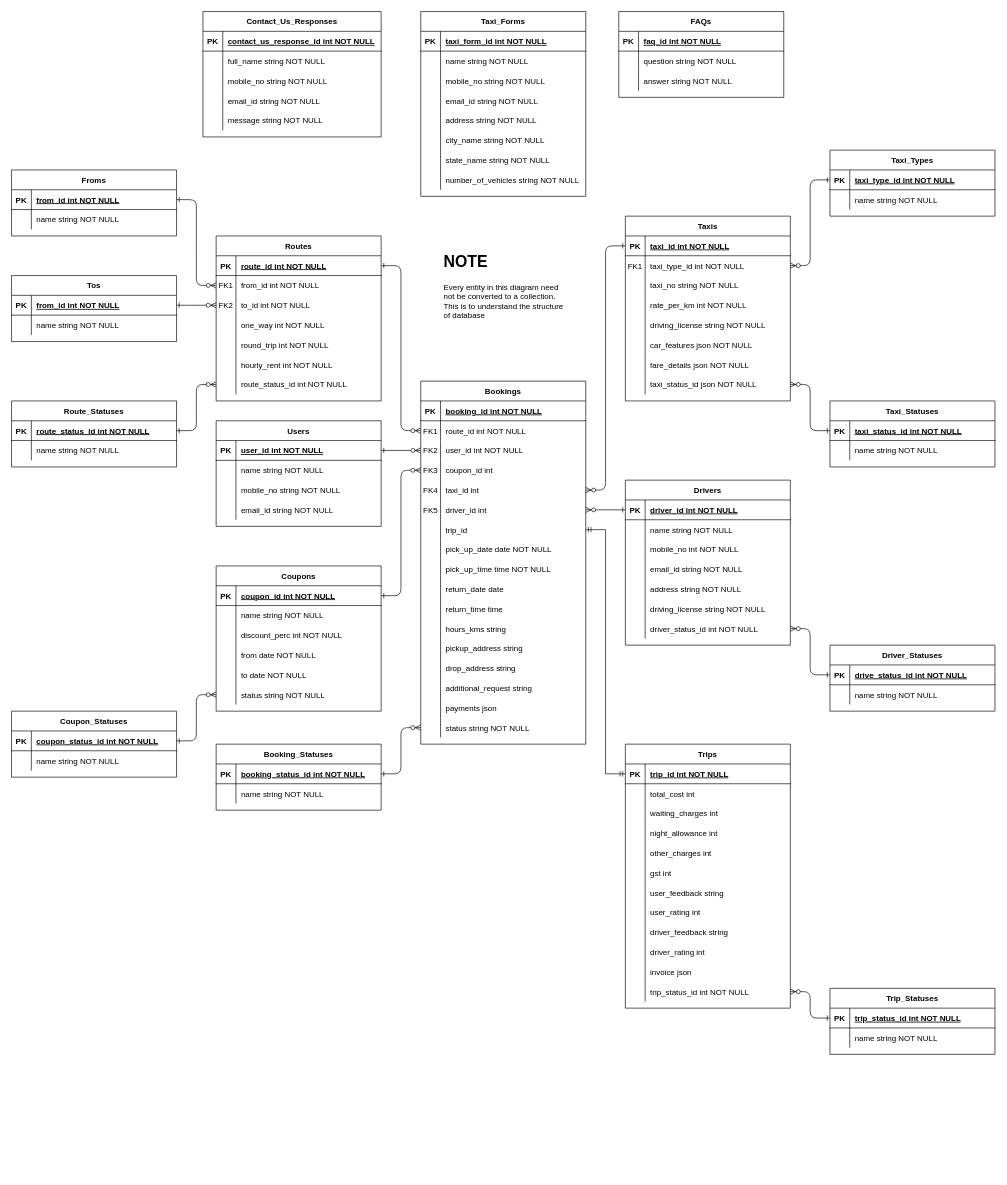
Earlier version of the draw.io diagram BTCv2.drawio (TechManTejas/BombayTaxiCo_Express_Backend). Source tidied: cells renumbered, new cells numbered last; positions are measured from the earlier drawing's top-left corner, leaving out a move shared by most shapes. Both pictures are drawn from the tidied source at 66%, with x=0, y=0 at pixel (11, 11).
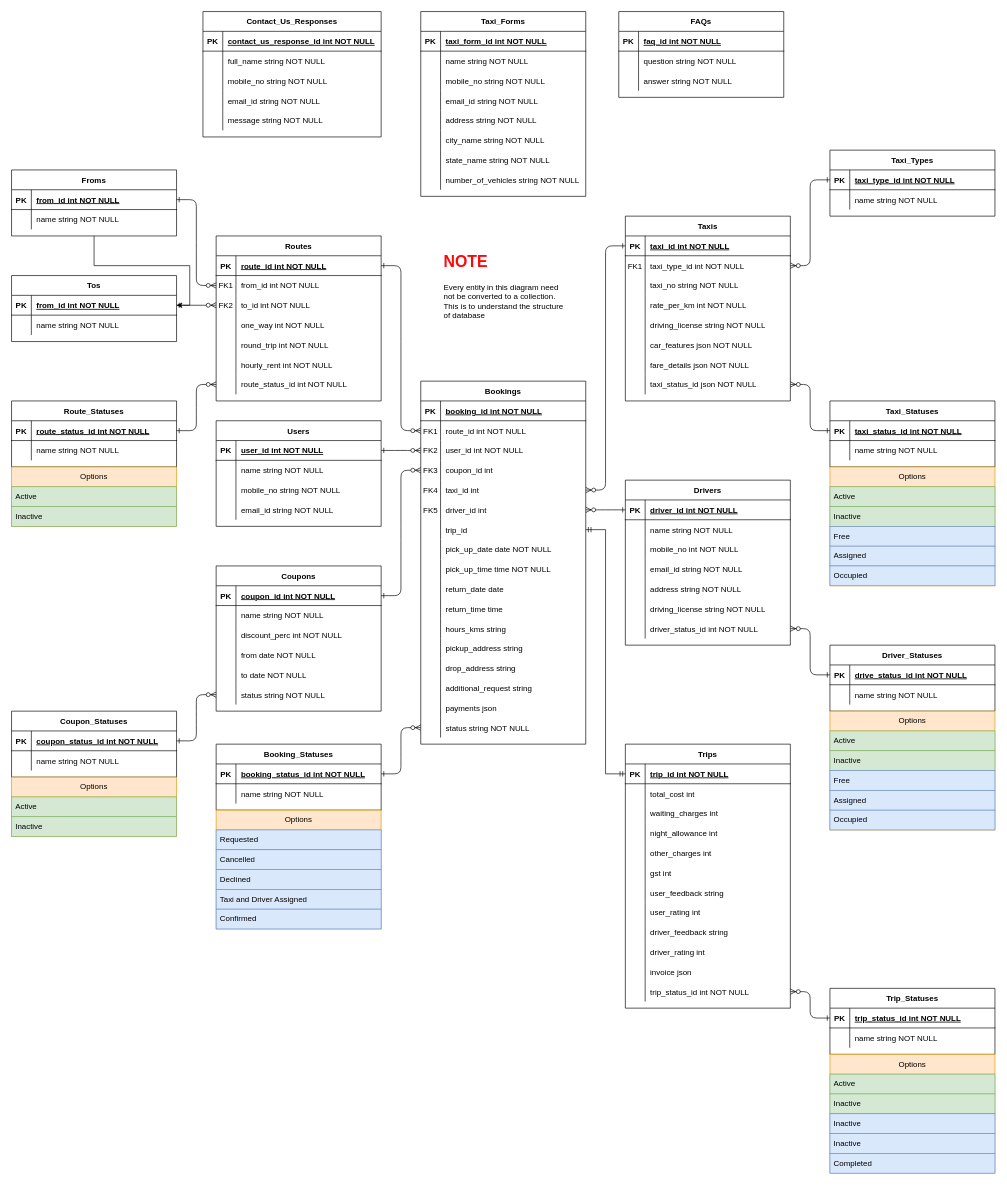
Above is the later version.

The change refers to these unchanged cells:
```xml
<mxCell id="77" value="Froms" style="shape=table;startSize=30;childLayout=tableLayout;rowLines=0;fontStyle=1;align=center;gradientColor=default;fillColor=none;" parent="1" vertex="1">
  <mxGeometry y="240" width="250" height="100" as="geometry" />
</mxCell>
<mxCell id="85" style="shape=partialRectangle;fillColor=none;points=[[0,0.5],[1,0.5]];portConstraint=eastwest;top=0;left=0;right=0;bottom=1;" parent="84" vertex="1">
  <mxGeometry y="30" width="250" height="30" as="geometry" />
</mxCell>
```

What changed in the source:
```diff
@@
+    <mxCell id="322" style="edgeStyle=orthogonalEdgeStyle;rounded=0;jettySize=auto;html=1;" parent="1" edge="1" source="77" target="85">
+      <mxGeometry relative="1" as="geometry" />
+    </mxCell>
@@
-    <mxCell id="305" value="Trip_Statuses" style="shape=table;startSize=30;childLayout=tableLayout;rowLines=0;fontStyle=1;align=center;gradientColor=default;fillColor=none;" parent="1" vertex="1">
-      <mxGeometry x="1240" y="1480" width="250" height="100" as="geometry" />
-    </mxCell>
-    <mxCell id="306" style="shape=partialRectangle;fillColor=none;points=[[0,0.5],[1,0.5]];portConstraint=eastwest;top=0;left=0;right=0;bottom=1;" parent="305" vertex="1">
-      <mxGeometry y="30" width="250" height="30" as="geometry" />
-    </mxCell>
-    <mxCell id="307" value="PK" style="shape=partialRectangle;overflow=hidden;fillColor=none;top=0;left=0;bottom=0;right=0;fontStyle=1;" parent="306" vertex="1">
-      <mxGeometry width="30" height="30" as="geometry" />
-    </mxCell>
-    <mxCell id="308" value="trip_status_id int NOT NULL " style="shape=partialRectangle;overflow=hidden;fillColor=none;top=0;left=0;bottom=0;right=0;align=left;spacingLeft=6;fontStyle=5;" parent="306" vertex="1">
-      <mxGeometry x="30" width="220" height="30" as="geometry" />
-    </mxCell>
-    <mxCell id="309" style="shape=partialRectangle;fillColor=none;top=0;left=0;right=0;bottom=0;" parent="305" vertex="1">
-      <mxGeometry y="60" width="250" height="30" as="geometry" />
-    </mxCell>
-    <mxCell id="310" style="shape=partialRectangle;overflow=hidden;fillColor=none;top=0;left=0;bottom=0;right=0;" parent="309" vertex="1">
-      <mxGeometry width="30" height="30" as="geometry" />
-    </mxCell>
-    <mxCell id="311" value="name string NOT NULL" style="shape=partialRectangle;overflow=hidden;fillColor=none;top=0;left=0;bottom=0;right=0;align=left;spacingLeft=6;" parent="309" vertex="1">
-      <mxGeometry x="30" width="220" height="30" as="geometry" />
-    </mxCell>
@@
-    <mxCell id="321" value="&lt;h1&gt;NOTE&lt;/h1&gt;&lt;p&gt;Every entity in this diagram need not be converted to a collection. This is to understand the structure of database&lt;/p&gt;" style="text;html=1;strokeColor=none;fillColor=none;spacing=5;spacingTop=-20;whiteSpace=wrap;overflow=hidden;rounded=0;" parent="1" vertex="1">
+    <mxCell id="321" value="&lt;h1&gt;&lt;font color=&quot;#ff0808&quot;&gt;NOTE&lt;/font&gt;&lt;/h1&gt;&lt;p&gt;Every entity in this diagram need not be converted to a collection. This is to understand the structure of database&lt;/p&gt;" style="text;html=1;strokeColor=none;fillColor=none;spacing=5;spacingTop=-20;whiteSpace=wrap;overflow=hidden;rounded=0;" parent="1" vertex="1">
       <mxGeometry x="650" y="360" width="190" height="120" as="geometry" />
     </mxCell>
+    <mxCell id="323" value="Options" style="swimlane;fontStyle=0;horizontal=1;startSize=30;whiteSpace=wrap;html=1;fillColor=#ffe6cc;strokeColor=#d79b00;swimlaneFillColor=none;" parent="1" vertex="1">
+      <mxGeometry y="1160" width="250" height="90" as="geometry" />
+    </mxCell>
+    <mxCell id="324" value="Active" style="text;strokeColor=#82b366;fillColor=#d5e8d4;align=left;verticalAlign=middle;spacingLeft=4;spacingRight=4;overflow=hidden;whiteSpace=wrap;html=1;swimlaneFillColor=none;" parent="323" vertex="1">
+      <mxGeometry y="30" width="250" height="30" as="geometry" />
+    </mxCell>
+    <mxCell id="325" value="Inactive" style="text;strokeColor=#82b366;fillColor=#d5e8d4;align=left;verticalAlign=middle;spacingLeft=4;spacingRight=4;overflow=hidden;whiteSpace=wrap;html=1;swimlaneFillColor=none;" parent="323" vertex="1">
+      <mxGeometry y="60" width="250" height="30" as="geometry" />
+    </mxCell>
+    <mxCell id="326" value="Options" style="swimlane;fontStyle=0;horizontal=1;startSize=30;whiteSpace=wrap;html=1;fillColor=#ffe6cc;strokeColor=#d79b00;swimlaneFillColor=none;" parent="1" vertex="1">
+      <mxGeometry x="310" y="1210" width="250" height="180" as="geometry" />
+    </mxCell>
+    <mxCell id="327" value="Requested" style="text;strokeColor=#6c8ebf;fillColor=#dae8fc;align=left;verticalAlign=middle;spacingLeft=4;spacingRight=4;overflow=hidden;whiteSpace=wrap;html=1;swimlaneFillColor=none;" parent="326" vertex="1">
+      <mxGeometry y="30" width="250" height="30" as="geometry" />
+    </mxCell>
+    <mxCell id="328" value="Cancelled" style="text;strokeColor=#6c8ebf;fillColor=#dae8fc;align=left;verticalAlign=middle;spacingLeft=4;spacingRight=4;overflow=hidden;whiteSpace=wrap;html=1;swimlaneFillColor=none;" parent="326" vertex="1">
+      <mxGeometry y="60" width="250" height="30" as="geometry" />
+    </mxCell>
+    <mxCell id="329" value="Declined" style="text;strokeColor=#6c8ebf;fillColor=#dae8fc;align=left;verticalAlign=middle;spacingLeft=4;spacingRight=4;overflow=hidden;whiteSpace=wrap;html=1;swimlaneFillColor=none;" parent="326" vertex="1">
+      <mxGeometry y="90" width="250" height="30" as="geometry" />
+    </mxCell>
+    <mxCell id="330" value="Taxi and Driver Assigned" style="text;strokeColor=#6c8ebf;fillColor=#dae8fc;align=left;verticalAlign=middle;spacingLeft=4;spacingRight=4;overflow=hidden;whiteSpace=wrap;html=1;swimlaneFillColor=none;" parent="326" vertex="1">
+      <mxGeometry y="120" width="250" height="30" as="geometry" />
+    </mxCell>
+    <mxCell id="331" value="Confirmed" style="text;strokeColor=#6c8ebf;fillColor=#dae8fc;align=left;verticalAlign=middle;spacingLeft=4;spacingRight=4;overflow=hidden;whiteSpace=wrap;html=1;swimlaneFillColor=none;" parent="326" vertex="1">
+      <mxGeometry y="150" width="250" height="30" as="geometry" />
+    </mxCell>
+    <mxCell id="332" value="Options" style="swimlane;fontStyle=0;horizontal=1;startSize=30;whiteSpace=wrap;html=1;fillColor=#ffe6cc;strokeColor=#d79b00;swimlaneFillColor=none;" parent="1" vertex="1">
+      <mxGeometry x="1240" y="1060" width="250" height="180" as="geometry" />
+    </mxCell>
+    <mxCell id="333" value="Active" style="text;strokeColor=#82b366;fillColor=#d5e8d4;align=left;verticalAlign=middle;spacingLeft=4;spacingRight=4;overflow=hidden;whiteSpace=wrap;html=1;swimlaneFillColor=none;" parent="332" vertex="1">
+      <mxGeometry y="30" width="250" height="30" as="geometry" />
+    </mxCell>
+    <mxCell id="334" value="Inactive" style="text;strokeColor=#82b366;fillColor=#d5e8d4;align=left;verticalAlign=middle;spacingLeft=4;spacingRight=4;overflow=hidden;whiteSpace=wrap;html=1;swimlaneFillColor=none;" parent="332" vertex="1">
+      <mxGeometry y="60" width="250" height="30" as="geometry" />
+    </mxCell>
+    <mxCell id="335" value="Free" style="text;strokeColor=#6c8ebf;fillColor=#dae8fc;align=left;verticalAlign=middle;spacingLeft=4;spacingRight=4;overflow=hidden;whiteSpace=wrap;html=1;swimlaneFillColor=none;" parent="332" vertex="1">
+      <mxGeometry y="90" width="250" height="30" as="geometry" />
+    </mxCell>
+    <mxCell id="336" value="Assigned" style="text;strokeColor=#6c8ebf;fillColor=#dae8fc;align=left;verticalAlign=middle;spacingLeft=4;spacingRight=4;overflow=hidden;whiteSpace=wrap;html=1;swimlaneFillColor=none;" parent="332" vertex="1">
+      <mxGeometry y="120" width="250" height="30" as="geometry" />
+    </mxCell>
+    <mxCell id="337" value="Occupied" style="text;strokeColor=#6c8ebf;fillColor=#dae8fc;align=left;verticalAlign=middle;spacingLeft=4;spacingRight=4;overflow=hidden;whiteSpace=wrap;html=1;swimlaneFillColor=none;" parent="332" vertex="1">
+      <mxGeometry y="150" width="250" height="30" as="geometry" />
+    </mxCell>
+    <mxCell id="338" value="Options" style="swimlane;fontStyle=0;horizontal=1;startSize=30;whiteSpace=wrap;html=1;fillColor=#ffe6cc;strokeColor=#d79b00;swimlaneFillColor=none;" parent="1" vertex="1">
+      <mxGeometry x="1240" y="690" width="250" height="180" as="geometry" />
+    </mxCell>
+    <mxCell id="339" value="Active" style="text;strokeColor=#82b366;fillColor=#d5e8d4;align=left;verticalAlign=middle;spacingLeft=4;spacingRight=4;overflow=hidden;whiteSpace=wrap;html=1;swimlaneFillColor=none;" parent="338" vertex="1">
+      <mxGeometry y="30" width="250" height="30" as="geometry" />
+    </mxCell>
+    <mxCell id="340" value="Inactive" style="text;strokeColor=#82b366;fillColor=#d5e8d4;align=left;verticalAlign=middle;spacingLeft=4;spacingRight=4;overflow=hidden;whiteSpace=wrap;html=1;swimlaneFillColor=none;" parent="338" vertex="1">
+      <mxGeometry y="60" width="250" height="30" as="geometry" />
+    </mxCell>
+    <mxCell id="341" value="Free" style="text;strokeColor=#6c8ebf;fillColor=#dae8fc;align=left;verticalAlign=middle;spacingLeft=4;spacingRight=4;overflow=hidden;whiteSpace=wrap;html=1;swimlaneFillColor=none;" parent="338" vertex="1">
+      <mxGeometry y="90" width="250" height="30" as="geometry" />
+    </mxCell>
+    <mxCell id="342" value="Assigned" style="text;strokeColor=#6c8ebf;fillColor=#dae8fc;align=left;verticalAlign=middle;spacingLeft=4;spacingRight=4;overflow=hidden;whiteSpace=wrap;html=1;swimlaneFillColor=none;" parent="338" vertex="1">
+      <mxGeometry y="120" width="250" height="30" as="geometry" />
+    </mxCell>
+    <mxCell id="343" value="Occupied" style="text;strokeColor=#6c8ebf;fillColor=#dae8fc;align=left;verticalAlign=middle;spacingLeft=4;spacingRight=4;overflow=hidden;whiteSpace=wrap;html=1;swimlaneFillColor=none;" parent="338" vertex="1">
+      <mxGeometry y="150" width="250" height="30" as="geometry" />
+    </mxCell>
+    <mxCell id="344" value="Options" style="swimlane;fontStyle=0;horizontal=1;startSize=30;whiteSpace=wrap;html=1;fillColor=#ffe6cc;strokeColor=#d79b00;swimlaneFillColor=none;" parent="1" vertex="1">
+      <mxGeometry y="690" width="250" height="90" as="geometry" />
+    </mxCell>
+    <mxCell id="345" value="Active" style="text;strokeColor=#82b366;fillColor=#d5e8d4;align=left;verticalAlign=middle;spacingLeft=4;spacingRight=4;overflow=hidden;whiteSpace=wrap;html=1;swimlaneFillColor=none;" parent="344" vertex="1">
+      <mxGeometry y="30" width="250" height="30" as="geometry" />
+    </mxCell>
+    <mxCell id="346" value="Inactive" style="text;strokeColor=#82b366;fillColor=#d5e8d4;align=left;verticalAlign=middle;spacingLeft=4;spacingRight=4;overflow=hidden;whiteSpace=wrap;html=1;swimlaneFillColor=none;" parent="344" vertex="1">
+      <mxGeometry y="60" width="250" height="30" as="geometry" />
+    </mxCell>
+    <mxCell id="305" value="Trip_Statuses" style="shape=table;startSize=30;childLayout=tableLayout;rowLines=0;fontStyle=1;align=center;gradientColor=default;fillColor=none;" parent="1" vertex="1">
+      <mxGeometry x="1240" y="1480" width="250" height="100" as="geometry" />
+    </mxCell>
+    <mxCell id="306" style="shape=partialRectangle;fillColor=none;points=[[0,0.5],[1,0.5]];portConstraint=eastwest;top=0;left=0;right=0;bottom=1;" parent="305" vertex="1">
+      <mxGeometry y="30" width="250" height="30" as="geometry" />
+    </mxCell>
+    <mxCell id="307" value="PK" style="shape=partialRectangle;overflow=hidden;fillColor=none;top=0;left=0;bottom=0;right=0;fontStyle=1;" parent="306" vertex="1">
+      <mxGeometry width="30" height="30" as="geometry" />
+    </mxCell>
+    <mxCell id="308" value="trip_status_id int NOT NULL " style="shape=partialRectangle;overflow=hidden;fillColor=none;top=0;left=0;bottom=0;right=0;align=left;spacingLeft=6;fontStyle=5;" parent="306" vertex="1">
+      <mxGeometry x="30" width="220" height="30" as="geometry" />
+    </mxCell>
+    <mxCell id="309" style="shape=partialRectangle;fillColor=none;top=0;left=0;right=0;bottom=0;" parent="305" vertex="1">
+      <mxGeometry y="60" width="250" height="30" as="geometry" />
+    </mxCell>
+    <mxCell id="310" style="shape=partialRectangle;overflow=hidden;fillColor=none;top=0;left=0;bottom=0;right=0;" parent="309" vertex="1">
+      <mxGeometry width="30" height="30" as="geometry" />
+    </mxCell>
+    <mxCell id="311" value="name string NOT NULL" style="shape=partialRectangle;overflow=hidden;fillColor=none;top=0;left=0;bottom=0;right=0;align=left;spacingLeft=6;" parent="309" vertex="1">
+      <mxGeometry x="30" width="220" height="30" as="geometry" />
+    </mxCell>
+    <mxCell id="347" value="Options" style="swimlane;fontStyle=0;horizontal=1;startSize=30;whiteSpace=wrap;html=1;fillColor=#ffe6cc;strokeColor=#d79b00;swimlaneFillColor=none;" parent="1" vertex="1">
+      <mxGeometry x="1240" y="1580" width="250" height="180" as="geometry" />
+    </mxCell>
+    <mxCell id="348" value="Active" style="text;strokeColor=#82b366;fillColor=#d5e8d4;align=left;verticalAlign=middle;spacingLeft=4;spacingRight=4;overflow=hidden;whiteSpace=wrap;html=1;swimlaneFillColor=none;" parent="347" vertex="1">
+      <mxGeometry y="30" width="250" height="30" as="geometry" />
+    </mxCell>
+    <mxCell id="349" value="Inactive" style="text;strokeColor=#82b366;fillColor=#d5e8d4;align=left;verticalAlign=middle;spacingLeft=4;spacingRight=4;overflow=hidden;whiteSpace=wrap;html=1;swimlaneFillColor=none;" parent="347" vertex="1">
+      <mxGeometry y="60" width="250" height="30" as="geometry" />
+    </mxCell>
+    <mxCell id="350" value="Inactive" style="text;strokeColor=#6c8ebf;fillColor=#dae8fc;align=left;verticalAlign=middle;spacingLeft=4;spacingRight=4;overflow=hidden;whiteSpace=wrap;html=1;swimlaneFillColor=none;" parent="347" vertex="1">
+      <mxGeometry y="90" width="250" height="30" as="geometry" />
+    </mxCell>
+    <mxCell id="351" value="Inactive" style="text;strokeColor=#6c8ebf;fillColor=#dae8fc;align=left;verticalAlign=middle;spacingLeft=4;spacingRight=4;overflow=hidden;whiteSpace=wrap;html=1;swimlaneFillColor=none;" parent="347" vertex="1">
+      <mxGeometry y="120" width="250" height="30" as="geometry" />
+    </mxCell>
+    <mxCell id="352" value="Completed" style="text;strokeColor=#6c8ebf;fillColor=#dae8fc;align=left;verticalAlign=middle;spacingLeft=4;spacingRight=4;overflow=hidden;whiteSpace=wrap;html=1;swimlaneFillColor=none;" parent="347" vertex="1">
+      <mxGeometry y="150" width="250" height="30" as="geometry" />
+    </mxCell>
```
